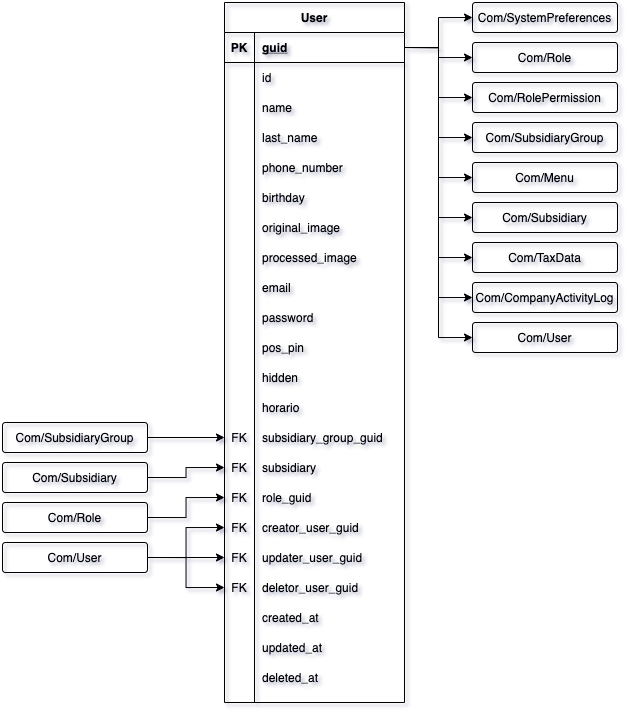
Before: basedata/entities/images/ComUserTable.png, a diagram exported from draw.io (4uRest/documentation). Source tidied: cells renumbered, new cells last; positions are measured from the earlier drawing's top-left corner, leaving out a move shared by most shapes.
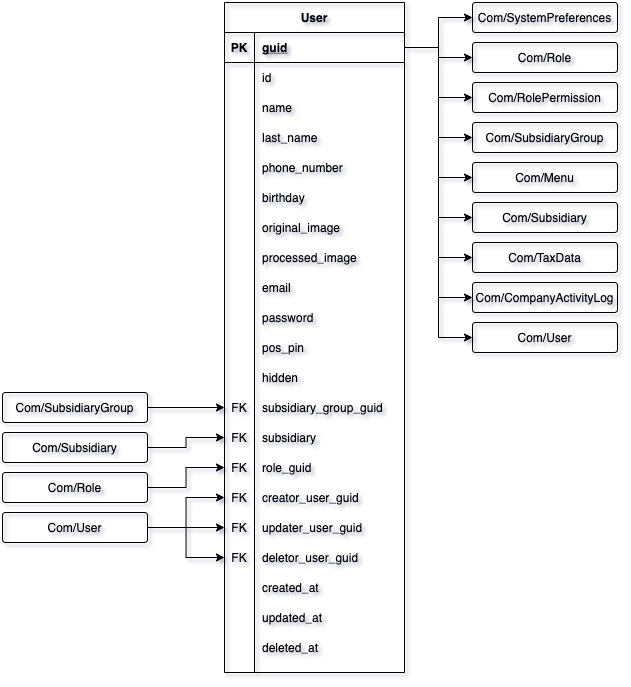
After the change.

What changed in the source:
```diff
@@ -3,7 +3,7 @@
     <mxCell id="0" />
     <mxCell id="1" parent="0" />
     <mxCell id="2" value="User" style="shape=table;startSize=30;rowLines=0;fontStyle=1;align=center;fillColor=none;" parent="1" vertex="1">
-      <mxGeometry x="222" width="180" height="700" as="geometry" />
+      <mxGeometry x="222" width="180" height="670" as="geometry" />
     </mxCell>
     <mxCell id="3" style="shape=partialRectangle;fillColor=none;top=0;left=0;bottom=1;right=0;points=[[0,0.5],[1,0.5]];portConstraint=eastwest;" parent="2" vertex="1">
       <mxGeometry y="30" width="180" height="30" as="geometry" />
@@ -113,13 +113,13 @@
     <mxCell id="38" value="hidden" style="shape=partialRectangle;fillColor=none;top=0;left=0;bottom=0;right=0;align=left;spacingLeft=6;overflow=hidden;" parent="36" vertex="1">
       <mxGeometry x="30" width="150" height="30" as="geometry" />
     </mxCell>
-    <mxCell id="39" style="shape=partialRectangle;fillColor=none;top=0;left=0;bottom=0;right=0;points=[[0,0.5],[1,0.5]];portConstraint=eastwest;" parent="2" vertex="1">
+    <mxCell id="39" style="shape=partialRectangle;top=0;left=0;bottom=0;right=0;points=[[0,0.5],[1,0.5]];portConstraint=eastwest;fillColor=none;" parent="2" vertex="1">
       <mxGeometry y="390" width="180" height="30" as="geometry" />
     </mxCell>
-    <mxCell id="40" style="shape=partialRectangle;fillColor=none;top=0;left=0;bottom=0;right=0;overflow=hidden;" parent="39" vertex="1">
+    <mxCell id="40" value="FK" style="shape=partialRectangle;fillColor=none;top=0;left=0;bottom=0;right=0;overflow=hidden;" parent="39" vertex="1">
       <mxGeometry width="30" height="30" as="geometry" />
     </mxCell>
-    <mxCell id="41" value="horario" style="shape=partialRectangle;fillColor=none;top=0;left=0;bottom=0;right=0;align=left;spacingLeft=6;overflow=hidden;" parent="39" vertex="1">
+    <mxCell id="41" value="subsidiary_group_guid" style="shape=partialRectangle;fillColor=none;top=0;left=0;bottom=0;right=0;align=left;spacingLeft=6;overflow=hidden;" parent="39" vertex="1">
       <mxGeometry x="30" width="150" height="30" as="geometry" />
     </mxCell>
     <mxCell id="42" style="shape=partialRectangle;top=0;left=0;bottom=0;right=0;points=[[0,0.5],[1,0.5]];portConstraint=eastwest;fillColor=none;" parent="2" vertex="1">
@@ -128,7 +128,7 @@
     <mxCell id="43" value="FK" style="shape=partialRectangle;fillColor=none;top=0;left=0;bottom=0;right=0;overflow=hidden;" parent="42" vertex="1">
       <mxGeometry width="30" height="30" as="geometry" />
     </mxCell>
-    <mxCell id="44" value="subsidiary_group_guid" style="shape=partialRectangle;fillColor=none;top=0;left=0;bottom=0;right=0;align=left;spacingLeft=6;overflow=hidden;" parent="42" vertex="1">
+    <mxCell id="44" value="subsidiary" style="shape=partialRectangle;fillColor=none;top=0;left=0;bottom=0;right=0;align=left;spacingLeft=6;overflow=hidden;" parent="42" vertex="1">
       <mxGeometry x="30" width="150" height="30" as="geometry" />
     </mxCell>
     <mxCell id="45" style="shape=partialRectangle;top=0;left=0;bottom=0;right=0;points=[[0,0.5],[1,0.5]];portConstraint=eastwest;fillColor=none;" parent="2" vertex="1">
@@ -137,7 +137,7 @@
     <mxCell id="46" value="FK" style="shape=partialRectangle;fillColor=none;top=0;left=0;bottom=0;right=0;overflow=hidden;" parent="45" vertex="1">
       <mxGeometry width="30" height="30" as="geometry" />
     </mxCell>
-    <mxCell id="47" value="subsidiary" style="shape=partialRectangle;fillColor=none;top=0;left=0;bottom=0;right=0;align=left;spacingLeft=6;overflow=hidden;" parent="45" vertex="1">
+    <mxCell id="47" value="role_guid" style="shape=partialRectangle;fillColor=none;top=0;left=0;bottom=0;right=0;align=left;spacingLeft=6;overflow=hidden;" parent="45" vertex="1">
       <mxGeometry x="30" width="150" height="30" as="geometry" />
     </mxCell>
     <mxCell id="48" style="shape=partialRectangle;top=0;left=0;bottom=0;right=0;points=[[0,0.5],[1,0.5]];portConstraint=eastwest;fillColor=none;" parent="2" vertex="1">
@@ -146,7 +146,7 @@
     <mxCell id="49" value="FK" style="shape=partialRectangle;fillColor=none;top=0;left=0;bottom=0;right=0;overflow=hidden;" parent="48" vertex="1">
       <mxGeometry width="30" height="30" as="geometry" />
     </mxCell>
-    <mxCell id="50" value="role_guid" style="shape=partialRectangle;fillColor=none;top=0;left=0;bottom=0;right=0;align=left;spacingLeft=6;overflow=hidden;" parent="48" vertex="1">
+    <mxCell id="50" value="creator_user_guid" style="shape=partialRectangle;fillColor=none;top=0;left=0;bottom=0;right=0;align=left;spacingLeft=6;overflow=hidden;" parent="48" vertex="1">
       <mxGeometry x="30" width="150" height="30" as="geometry" />
     </mxCell>
     <mxCell id="51" style="shape=partialRectangle;top=0;left=0;bottom=0;right=0;points=[[0,0.5],[1,0.5]];portConstraint=eastwest;fillColor=none;" parent="2" vertex="1">
@@ -155,7 +155,7 @@
     <mxCell id="52" value="FK" style="shape=partialRectangle;fillColor=none;top=0;left=0;bottom=0;right=0;overflow=hidden;" parent="51" vertex="1">
       <mxGeometry width="30" height="30" as="geometry" />
     </mxCell>
-    <mxCell id="53" value="creator_user_guid" style="shape=partialRectangle;fillColor=none;top=0;left=0;bottom=0;right=0;align=left;spacingLeft=6;overflow=hidden;" parent="51" vertex="1">
+    <mxCell id="53" value="updater_user_guid" style="shape=partialRectangle;fillColor=none;top=0;left=0;bottom=0;right=0;align=left;spacingLeft=6;overflow=hidden;" parent="51" vertex="1">
       <mxGeometry x="30" width="150" height="30" as="geometry" />
     </mxCell>
     <mxCell id="54" style="shape=partialRectangle;top=0;left=0;bottom=0;right=0;points=[[0,0.5],[1,0.5]];portConstraint=eastwest;fillColor=none;" parent="2" vertex="1">
@@ -164,16 +164,16 @@
     <mxCell id="55" value="FK" style="shape=partialRectangle;fillColor=none;top=0;left=0;bottom=0;right=0;overflow=hidden;" parent="54" vertex="1">
       <mxGeometry width="30" height="30" as="geometry" />
     </mxCell>
-    <mxCell id="56" value="updater_user_guid" style="shape=partialRectangle;fillColor=none;top=0;left=0;bottom=0;right=0;align=left;spacingLeft=6;overflow=hidden;" parent="54" vertex="1">
+    <mxCell id="56" value="deletor_user_guid" style="shape=partialRectangle;fillColor=none;top=0;left=0;bottom=0;right=0;align=left;spacingLeft=6;overflow=hidden;" parent="54" vertex="1">
       <mxGeometry x="30" width="150" height="30" as="geometry" />
     </mxCell>
-    <mxCell id="57" style="shape=partialRectangle;top=0;left=0;bottom=0;right=0;points=[[0,0.5],[1,0.5]];portConstraint=eastwest;fillColor=none;" parent="2" vertex="1">
+    <mxCell id="57" style="shape=partialRectangle;fillColor=none;top=0;left=0;bottom=0;right=0;points=[[0,0.5],[1,0.5]];portConstraint=eastwest;" parent="2" vertex="1">
       <mxGeometry y="570" width="180" height="30" as="geometry" />
     </mxCell>
-    <mxCell id="58" value="FK" style="shape=partialRectangle;fillColor=none;top=0;left=0;bottom=0;right=0;overflow=hidden;" parent="57" vertex="1">
+    <mxCell id="58" style="shape=partialRectangle;fillColor=none;top=0;left=0;bottom=0;right=0;overflow=hidden;" parent="57" vertex="1">
       <mxGeometry width="30" height="30" as="geometry" />
     </mxCell>
-    <mxCell id="59" value="deletor_user_guid" style="shape=partialRectangle;fillColor=none;top=0;left=0;bottom=0;right=0;align=left;spacingLeft=6;overflow=hidden;" parent="57" vertex="1">
+    <mxCell id="59" value="created_at" style="shape=partialRectangle;fillColor=none;top=0;left=0;bottom=0;right=0;align=left;spacingLeft=6;overflow=hidden;" parent="57" vertex="1">
       <mxGeometry x="30" width="150" height="30" as="geometry" />
     </mxCell>
     <mxCell id="60" style="shape=partialRectangle;fillColor=none;top=0;left=0;bottom=0;right=0;" parent="2" vertex="1">
@@ -182,7 +182,7 @@
     <mxCell id="61" style="shape=partialRectangle;fillColor=none;top=0;left=0;bottom=0;right=0;overflow=hidden;" parent="60" vertex="1">
       <mxGeometry width="30" height="30" as="geometry" />
     </mxCell>
-    <mxCell id="62" value="created_at" style="shape=partialRectangle;fillColor=none;top=0;left=0;bottom=0;right=0;align=left;spacingLeft=6;overflow=hidden;" parent="60" vertex="1">
+    <mxCell id="62" value="updated_at" style="shape=partialRectangle;fillColor=none;top=0;left=0;bottom=0;right=0;align=left;spacingLeft=6;overflow=hidden;" parent="60" vertex="1">
       <mxGeometry x="30" width="150" height="30" as="geometry" />
     </mxCell>
     <mxCell id="63" style="shape=partialRectangle;fillColor=none;top=0;left=0;bottom=0;right=0;" parent="2" vertex="1">
@@ -191,101 +191,92 @@
     <mxCell id="64" style="shape=partialRectangle;fillColor=none;top=0;left=0;bottom=0;right=0;overflow=hidden;" parent="63" vertex="1">
       <mxGeometry width="30" height="30" as="geometry" />
     </mxCell>
-    <mxCell id="65" value="updated_at" style="shape=partialRectangle;fillColor=none;top=0;left=0;bottom=0;right=0;align=left;spacingLeft=6;overflow=hidden;" parent="63" vertex="1">
+    <mxCell id="65" value="deleted_at" style="shape=partialRectangle;fillColor=none;top=0;left=0;bottom=0;right=0;align=left;spacingLeft=6;overflow=hidden;" parent="63" vertex="1">
       <mxGeometry x="30" width="150" height="30" as="geometry" />
     </mxCell>
-    <mxCell id="66" style="shape=partialRectangle;fillColor=none;top=0;left=0;bottom=0;right=0;" parent="2" vertex="1">
-      <mxGeometry y="660" width="180" height="30" as="geometry" />
+    <mxCell id="66" style="edgeStyle=orthogonalEdgeStyle;rounded=0;jettySize=auto;html=1;exitX=1;exitY=0.5;exitDx=0;exitDy=0;entryX=0;entryY=0.5;entryDx=0;entryDy=0;fillColor=none;" parent="1" edge="1" source="69" target="48">
+      <mxGeometry relative="1" as="geometry" />
     </mxCell>
-    <mxCell id="67" style="shape=partialRectangle;fillColor=none;top=0;left=0;bottom=0;right=0;overflow=hidden;" parent="66" vertex="1">
-      <mxGeometry width="30" height="30" as="geometry" />
+    <mxCell id="67" style="edgeStyle=orthogonalEdgeStyle;rounded=0;jettySize=auto;html=1;exitX=1;exitY=0.5;exitDx=0;exitDy=0;entryX=0;entryY=0.5;entryDx=0;entryDy=0;fillColor=none;" parent="1" edge="1" source="69" target="51">
+      <mxGeometry relative="1" as="geometry" />
     </mxCell>
-    <mxCell id="68" value="deleted_at" style="shape=partialRectangle;fillColor=none;top=0;left=0;bottom=0;right=0;align=left;spacingLeft=6;overflow=hidden;" parent="66" vertex="1">
-      <mxGeometry x="30" width="150" height="30" as="geometry" />
+    <mxCell id="68" style="edgeStyle=orthogonalEdgeStyle;rounded=0;jettySize=auto;html=1;exitX=1;exitY=0.5;exitDx=0;exitDy=0;entryX=0;entryY=0.5;entryDx=0;entryDy=0;fillColor=none;" parent="1" edge="1" source="69" target="54">
+      <mxGeometry relative="1" as="geometry" />
     </mxCell>
-    <mxCell id="69" style="edgeStyle=orthogonalEdgeStyle;rounded=0;jettySize=auto;html=1;exitX=1;exitY=0.5;exitDx=0;exitDy=0;entryX=0;entryY=0.5;entryDx=0;entryDy=0;fillColor=none;" parent="1" edge="1" source="72" target="51">
-      <mxGeometry relative="1" as="geometry" />
+    <mxCell id="69" value="Com/User" style="rounded=1;arcSize=10;whiteSpace=wrap;html=1;align=center;fillColor=none;" parent="1" vertex="1">
+      <mxGeometry y="510" width="145" height="30" as="geometry" />
     </mxCell>
-    <mxCell id="70" style="edgeStyle=orthogonalEdgeStyle;rounded=0;jettySize=auto;html=1;exitX=1;exitY=0.5;exitDx=0;exitDy=0;entryX=0;entryY=0.5;entryDx=0;entryDy=0;fillColor=none;" parent="1" edge="1" source="72" target="54">
+    <mxCell id="70" style="edgeStyle=orthogonalEdgeStyle;rounded=0;jettySize=auto;html=1;exitX=1;exitY=0.5;exitDx=0;exitDy=0;entryX=0;entryY=0.5;entryDx=0;entryDy=0;fillColor=none;" parent="1" edge="1" source="71" target="45">
       <mxGeometry relative="1" as="geometry" />
     </mxCell>
-    <mxCell id="71" style="edgeStyle=orthogonalEdgeStyle;rounded=0;jettySize=auto;html=1;exitX=1;exitY=0.5;exitDx=0;exitDy=0;entryX=0;entryY=0.5;entryDx=0;entryDy=0;fillColor=none;" parent="1" edge="1" source="72" target="57">
-      <mxGeometry relative="1" as="geometry" />
+    <mxCell id="71" value="Com/Role" style="rounded=1;arcSize=10;whiteSpace=wrap;html=1;align=center;fillColor=none;" parent="1" vertex="1">
+      <mxGeometry y="470" width="145" height="30" as="geometry" />
     </mxCell>
-    <mxCell id="72" value="Com/User" style="rounded=1;arcSize=10;whiteSpace=wrap;html=1;align=center;fillColor=none;" parent="1" vertex="1">
-      <mxGeometry y="540" width="145" height="30" as="geometry" />
+    <mxCell id="72" style="edgeStyle=orthogonalEdgeStyle;rounded=0;jettySize=auto;html=1;exitX=1;exitY=0.5;exitDx=0;exitDy=0;entryX=0;entryY=0.5;entryDx=0;entryDy=0;fillColor=none;" parent="1" edge="1" source="73" target="42">
+      <mxGeometry relative="1" as="geometry" />
     </mxCell>
-    <mxCell id="73" style="edgeStyle=orthogonalEdgeStyle;rounded=0;jettySize=auto;html=1;exitX=1;exitY=0.5;exitDx=0;exitDy=0;entryX=0;entryY=0.5;entryDx=0;entryDy=0;fillColor=none;" parent="1" edge="1" source="74" target="48">
-      <mxGeometry relative="1" as="geometry" />
+    <mxCell id="73" value="Com/Subsidiary" style="rounded=1;arcSize=10;whiteSpace=wrap;html=1;align=center;fillColor=none;" parent="1" vertex="1">
+      <mxGeometry y="430" width="145" height="30" as="geometry" />
     </mxCell>
-    <mxCell id="74" value="Com/Role" style="rounded=1;arcSize=10;whiteSpace=wrap;html=1;align=center;fillColor=none;" parent="1" vertex="1">
-      <mxGeometry y="500" width="145" height="30" as="geometry" />
+    <mxCell id="74" style="edgeStyle=orthogonalEdgeStyle;rounded=0;jettySize=auto;html=1;exitX=1;exitY=0.5;exitDx=0;exitDy=0;entryX=0;entryY=0.5;entryDx=0;entryDy=0;fillColor=none;" parent="1" edge="1" source="75" target="39">
+      <mxGeometry relative="1" as="geometry" />
     </mxCell>
-    <mxCell id="75" style="edgeStyle=orthogonalEdgeStyle;rounded=0;jettySize=auto;html=1;exitX=1;exitY=0.5;exitDx=0;exitDy=0;entryX=0;entryY=0.5;entryDx=0;entryDy=0;fillColor=none;" parent="1" edge="1" source="76" target="45">
-      <mxGeometry relative="1" as="geometry" />
+    <mxCell id="75" value="Com/SubsidiaryGroup" style="rounded=1;arcSize=10;whiteSpace=wrap;html=1;align=center;fillColor=none;" parent="1" vertex="1">
+      <mxGeometry y="390" width="145" height="30" as="geometry" />
     </mxCell>
-    <mxCell id="76" value="Com/Subsidiary" style="rounded=1;arcSize=10;whiteSpace=wrap;html=1;align=center;fillColor=none;" parent="1" vertex="1">
-      <mxGeometry y="460" width="145" height="30" as="geometry" />
+    <mxCell id="76" value="Com/SubsidiaryGroup" style="rounded=1;arcSize=10;whiteSpace=wrap;html=1;align=center;fillColor=none;" parent="1" vertex="1">
+      <mxGeometry x="470" y="120" width="145" height="30" as="geometry" />
     </mxCell>
-    <mxCell id="77" style="edgeStyle=orthogonalEdgeStyle;rounded=0;jettySize=auto;html=1;exitX=1;exitY=0.5;exitDx=0;exitDy=0;entryX=0;entryY=0.5;entryDx=0;entryDy=0;fillColor=none;" parent="1" edge="1" source="78" target="42">
-      <mxGeometry relative="1" as="geometry" />
+    <mxCell id="77" value="Com/RolePermission" style="rounded=1;arcSize=10;whiteSpace=wrap;html=1;align=center;fillColor=none;" parent="1" vertex="1">
+      <mxGeometry x="470" y="80" width="145" height="30" as="geometry" />
     </mxCell>
-    <mxCell id="78" value="Com/SubsidiaryGroup" style="rounded=1;arcSize=10;whiteSpace=wrap;html=1;align=center;fillColor=none;" parent="1" vertex="1">
-      <mxGeometry y="420" width="145" height="30" as="geometry" />
+    <mxCell id="78" value="Com/Role" style="rounded=1;arcSize=10;whiteSpace=wrap;html=1;align=center;fillColor=none;" parent="1" vertex="1">
+      <mxGeometry x="470" y="40" width="145" height="30" as="geometry" />
     </mxCell>
-    <mxCell id="79" value="Com/SubsidiaryGroup" style="rounded=1;arcSize=10;whiteSpace=wrap;html=1;align=center;fillColor=none;" parent="1" vertex="1">
-      <mxGeometry x="470" y="120" width="145" height="30" as="geometry" />
+    <mxCell id="79" value="Com/SystemPreferences" style="rounded=1;arcSize=10;whiteSpace=wrap;html=1;align=center;fillColor=none;" parent="1" vertex="1">
+      <mxGeometry x="470" width="145" height="30" as="geometry" />
     </mxCell>
-    <mxCell id="80" value="Com/RolePermission" style="rounded=1;arcSize=10;whiteSpace=wrap;html=1;align=center;fillColor=none;" parent="1" vertex="1">
-      <mxGeometry x="470" y="80" width="145" height="30" as="geometry" />
+    <mxCell id="80" value="Com/CompanyActivityLog" style="rounded=1;arcSize=10;whiteSpace=wrap;html=1;align=center;fillColor=none;" parent="1" vertex="1">
+      <mxGeometry x="470" y="280" width="145" height="30" as="geometry" />
     </mxCell>
-    <mxCell id="81" value="Com/Role" style="rounded=1;arcSize=10;whiteSpace=wrap;html=1;align=center;fillColor=none;" parent="1" vertex="1">
-      <mxGeometry x="470" y="40" width="145" height="30" as="geometry" />
+    <mxCell id="81" value="Com/TaxData" style="rounded=1;arcSize=10;whiteSpace=wrap;html=1;align=center;fillColor=none;" parent="1" vertex="1">
+      <mxGeometry x="470" y="240" width="145" height="30" as="geometry" />
     </mxCell>
-    <mxCell id="82" value="Com/SystemPreferences" style="rounded=1;arcSize=10;whiteSpace=wrap;html=1;align=center;fillColor=none;" parent="1" vertex="1">
-      <mxGeometry x="470" width="145" height="30" as="geometry" />
+    <mxCell id="82" value="Com/Subsidiary" style="rounded=1;arcSize=10;whiteSpace=wrap;html=1;align=center;fillColor=none;" parent="1" vertex="1">
+      <mxGeometry x="470" y="200" width="145" height="30" as="geometry" />
     </mxCell>
-    <mxCell id="83" value="Com/CompanyActivityLog" style="rounded=1;arcSize=10;whiteSpace=wrap;html=1;align=center;fillColor=none;" parent="1" vertex="1">
-      <mxGeometry x="470" y="280" width="145" height="30" as="geometry" />
+    <mxCell id="83" value="Com/Menu" style="rounded=1;arcSize=10;whiteSpace=wrap;html=1;align=center;fillColor=none;" parent="1" vertex="1">
+      <mxGeometry x="470" y="160" width="145" height="30" as="geometry" />
     </mxCell>
-    <mxCell id="84" value="Com/TaxData" style="rounded=1;arcSize=10;whiteSpace=wrap;html=1;align=center;fillColor=none;" parent="1" vertex="1">
-      <mxGeometry x="470" y="240" width="145" height="30" as="geometry" />
+    <mxCell id="84" value="Com/User" style="rounded=1;arcSize=10;whiteSpace=wrap;html=1;align=center;fillColor=none;" parent="1" vertex="1">
+      <mxGeometry x="470" y="320" width="145" height="30" as="geometry" />
     </mxCell>
-    <mxCell id="85" value="Com/Subsidiary" style="rounded=1;arcSize=10;whiteSpace=wrap;html=1;align=center;fillColor=none;" parent="1" vertex="1">
-      <mxGeometry x="470" y="200" width="145" height="30" as="geometry" />
+    <mxCell id="85" style="edgeStyle=orthogonalEdgeStyle;rounded=0;jettySize=auto;html=1;exitX=1;exitY=0.5;exitDx=0;exitDy=0;entryX=0;entryY=0.5;entryDx=0;entryDy=0;fillColor=none;" parent="1" edge="1" source="3" target="84">
+      <mxGeometry relative="1" as="geometry" />
     </mxCell>
-    <mxCell id="86" value="Com/Menu" style="rounded=1;arcSize=10;whiteSpace=wrap;html=1;align=center;fillColor=none;" parent="1" vertex="1">
-      <mxGeometry x="470" y="160" width="145" height="30" as="geometry" />
+    <mxCell id="86" style="edgeStyle=orthogonalEdgeStyle;rounded=0;jettySize=auto;html=1;exitX=1;exitY=0.5;exitDx=0;exitDy=0;entryX=0;entryY=0.5;entryDx=0;entryDy=0;fillColor=none;" parent="1" edge="1" source="3" target="80">
+      <mxGeometry relative="1" as="geometry" />
     </mxCell>
-    <mxCell id="87" value="Com/User" style="rounded=1;arcSize=10;whiteSpace=wrap;html=1;align=center;fillColor=none;" parent="1" vertex="1">
-      <mxGeometry x="470" y="320" width="145" height="30" as="geometry" />
+    <mxCell id="87" style="edgeStyle=orthogonalEdgeStyle;rounded=0;jettySize=auto;html=1;exitX=1;exitY=0.5;exitDx=0;exitDy=0;entryX=0;entryY=0.5;entryDx=0;entryDy=0;fillColor=none;" parent="1" edge="1" source="3" target="81">
+      <mxGeometry relative="1" as="geometry" />
     </mxCell>
-    <mxCell id="88" style="edgeStyle=orthogonalEdgeStyle;rounded=0;jettySize=auto;html=1;exitX=1;exitY=0.5;exitDx=0;exitDy=0;entryX=0;entryY=0.5;entryDx=0;entryDy=0;fillColor=none;" parent="1" edge="1" source="3" target="87">
+    <mxCell id="88" style="edgeStyle=orthogonalEdgeStyle;rounded=0;jettySize=auto;html=1;exitX=1;exitY=0.5;exitDx=0;exitDy=0;entryX=0;entryY=0.5;entryDx=0;entryDy=0;fillColor=none;" parent="1" edge="1" source="3" target="82">
       <mxGeometry relative="1" as="geometry" />
     </mxCell>
     <mxCell id="89" style="edgeStyle=orthogonalEdgeStyle;rounded=0;jettySize=auto;html=1;exitX=1;exitY=0.5;exitDx=0;exitDy=0;entryX=0;entryY=0.5;entryDx=0;entryDy=0;fillColor=none;" parent="1" edge="1" source="3" target="83">
       <mxGeometry relative="1" as="geometry" />
     </mxCell>
-    <mxCell id="90" style="edgeStyle=orthogonalEdgeStyle;rounded=0;jettySize=auto;html=1;exitX=1;exitY=0.5;exitDx=0;exitDy=0;entryX=0;entryY=0.5;entryDx=0;entryDy=0;fillColor=none;" parent="1" edge="1" source="3" target="84">
+    <mxCell id="90" style="edgeStyle=orthogonalEdgeStyle;rounded=0;jettySize=auto;html=1;exitX=1;exitY=0.5;exitDx=0;exitDy=0;entryX=0;entryY=0.5;entryDx=0;entryDy=0;fillColor=none;" parent="1" edge="1" source="3" target="76">
       <mxGeometry relative="1" as="geometry" />
     </mxCell>
-    <mxCell id="91" style="edgeStyle=orthogonalEdgeStyle;rounded=0;jettySize=auto;html=1;exitX=1;exitY=0.5;exitDx=0;exitDy=0;entryX=0;entryY=0.5;entryDx=0;entryDy=0;fillColor=none;" parent="1" edge="1" source="3" target="85">
+    <mxCell id="91" style="edgeStyle=orthogonalEdgeStyle;rounded=0;jettySize=auto;html=1;exitX=1;exitY=0.5;exitDx=0;exitDy=0;entryX=0;entryY=0.5;entryDx=0;entryDy=0;fillColor=none;" parent="1" edge="1" source="3" target="77">
       <mxGeometry relative="1" as="geometry" />
     </mxCell>
-    <mxCell id="92" style="edgeStyle=orthogonalEdgeStyle;rounded=0;jettySize=auto;html=1;exitX=1;exitY=0.5;exitDx=0;exitDy=0;entryX=0;entryY=0.5;entryDx=0;entryDy=0;fillColor=none;" parent="1" edge="1" source="3" target="86">
+    <mxCell id="92" style="edgeStyle=orthogonalEdgeStyle;rounded=0;jettySize=auto;html=1;exitX=1;exitY=0.5;exitDx=0;exitDy=0;entryX=0;entryY=0.5;entryDx=0;entryDy=0;fillColor=none;" parent="1" edge="1" source="3" target="78">
       <mxGeometry relative="1" as="geometry" />
     </mxCell>
     <mxCell id="93" style="edgeStyle=orthogonalEdgeStyle;rounded=0;jettySize=auto;html=1;exitX=1;exitY=0.5;exitDx=0;exitDy=0;entryX=0;entryY=0.5;entryDx=0;entryDy=0;fillColor=none;" parent="1" edge="1" source="3" target="79">
       <mxGeometry relative="1" as="geometry" />
     </mxCell>
-    <mxCell id="94" style="edgeStyle=orthogonalEdgeStyle;rounded=0;jettySize=auto;html=1;exitX=1;exitY=0.5;exitDx=0;exitDy=0;entryX=0;entryY=0.5;entryDx=0;entryDy=0;fillColor=none;" parent="1" edge="1" source="3" target="80">
-      <mxGeometry relative="1" as="geometry" />
-    </mxCell>
-    <mxCell id="95" style="edgeStyle=orthogonalEdgeStyle;rounded=0;jettySize=auto;html=1;exitX=1;exitY=0.5;exitDx=0;exitDy=0;entryX=0;entryY=0.5;entryDx=0;entryDy=0;fillColor=none;" parent="1" edge="1" source="3" target="81">
-      <mxGeometry relative="1" as="geometry" />
-    </mxCell>
-    <mxCell id="96" style="edgeStyle=orthogonalEdgeStyle;rounded=0;jettySize=auto;html=1;exitX=1;exitY=0.5;exitDx=0;exitDy=0;entryX=0;entryY=0.5;entryDx=0;entryDy=0;fillColor=none;" parent="1" edge="1" source="3" target="82">
-      <mxGeometry relative="1" as="geometry" />
-    </mxCell>
   </root>
 </mxGraphModel>
```
